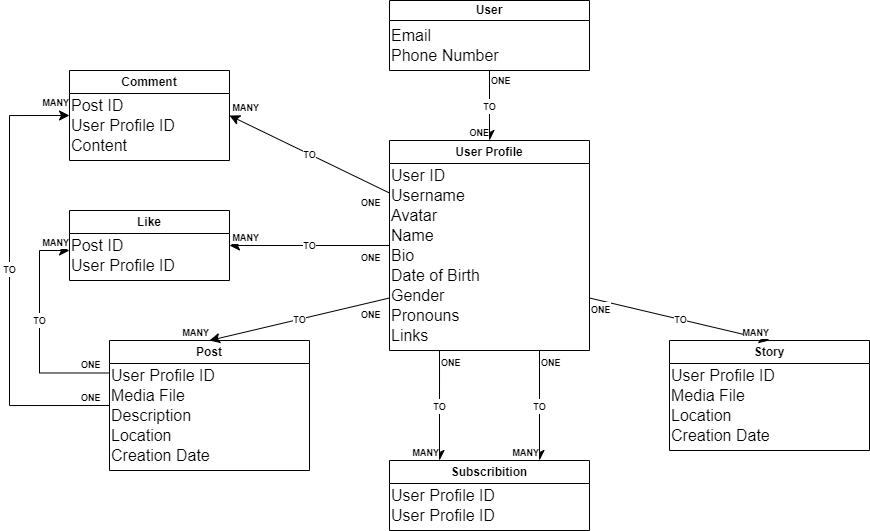
Before: docs/db_schema.drawio.png, a diagram exported from draw.io (ks-77/sociality). Source tidied: cells renumbered, new cells last; positions are measured from the earlier drawing's top-left corner, leaving out a move shared by most shapes.
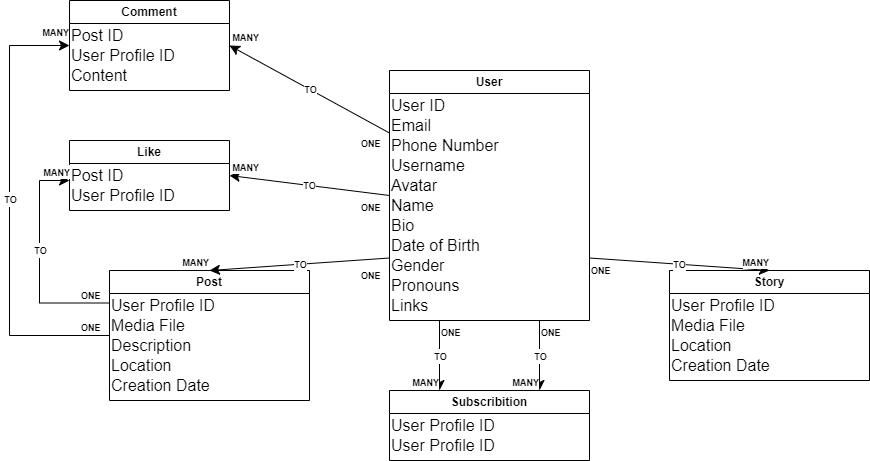
After the change.

Change to the diagram source:
```diff
@@ -35,44 +35,41 @@
     <mxCell id="12" value="User Profile ID" style="text;html=1;align=left;verticalAlign=middle;strokeColor=none;fillColor=none;fontSize=16;" parent="7" vertex="1">
       <mxGeometry y="20" width="130" height="30" as="geometry" />
     </mxCell>
-    <mxCell id="13" value="User Profile" style="swimlane;whiteSpace=wrap;html=1;" parent="1" vertex="1">
-      <mxGeometry x="380" y="140" width="200" height="210" as="geometry" />
+    <mxCell id="13" value="User" style="swimlane;whiteSpace=wrap;html=1;" parent="1" vertex="1">
+      <mxGeometry x="380" y="140" width="200" height="250" as="geometry" />
     </mxCell>
     <mxCell id="14" value="Avatar" style="text;html=1;align=left;verticalAlign=middle;strokeColor=none;fillColor=none;fontSize=16;" parent="13" vertex="1">
-      <mxGeometry y="60" width="70" height="30" as="geometry" />
+      <mxGeometry y="100" width="70" height="30" as="geometry" />
     </mxCell>
     <mxCell id="15" value="Name" style="text;html=1;align=left;verticalAlign=middle;strokeColor=none;fillColor=none;fontSize=16;" parent="13" vertex="1">
-      <mxGeometry y="80" width="70" height="30" as="geometry" />
+      <mxGeometry y="120" width="70" height="30" as="geometry" />
     </mxCell>
     <mxCell id="16" value="Bio" style="text;html=1;align=left;verticalAlign=middle;strokeColor=none;fillColor=none;fontSize=16;" parent="13" vertex="1">
-      <mxGeometry y="100" width="50" height="30" as="geometry" />
+      <mxGeometry y="140" width="50" height="30" as="geometry" />
     </mxCell>
     <mxCell id="17" value="Gender" style="text;html=1;align=left;verticalAlign=middle;strokeColor=none;fillColor=none;fontSize=16;" parent="13" vertex="1">
-      <mxGeometry y="140" width="80" height="30" as="geometry" />
+      <mxGeometry y="180" width="80" height="30" as="geometry" />
     </mxCell>
     <mxCell id="18" value="Pronouns" style="text;html=1;align=left;verticalAlign=middle;strokeColor=none;fillColor=none;fontSize=16;" parent="13" vertex="1">
-      <mxGeometry y="160" width="90" height="30" as="geometry" />
+      <mxGeometry y="200" width="90" height="30" as="geometry" />
     </mxCell>
     <mxCell id="19" value="Links" style="text;html=1;align=left;verticalAlign=middle;strokeColor=none;fillColor=none;fontSize=16;" parent="13" vertex="1">
-      <mxGeometry y="180" width="60" height="30" as="geometry" />
+      <mxGeometry y="220" width="60" height="30" as="geometry" />
     </mxCell>
     <mxCell id="20" value="Date of Birth" style="text;html=1;align=left;verticalAlign=middle;strokeColor=none;fillColor=none;fontSize=16;" parent="13" vertex="1">
-      <mxGeometry y="120" width="110" height="30" as="geometry" />
+      <mxGeometry y="160" width="110" height="30" as="geometry" />
     </mxCell>
     <mxCell id="21" value="Username" style="text;html=1;align=left;verticalAlign=middle;strokeColor=none;fillColor=none;fontSize=16;" parent="13" vertex="1">
-      <mxGeometry y="40" width="100" height="30" as="geometry" />
+      <mxGeometry y="80" width="100" height="30" as="geometry" />
     </mxCell>
     <mxCell id="22" value="User ID" style="text;html=1;align=left;verticalAlign=middle;strokeColor=none;fillColor=none;fontSize=16;" parent="13" vertex="1">
       <mxGeometry y="20" width="80" height="30" as="geometry" />
     </mxCell>
-    <mxCell id="23" value="User" style="swimlane;whiteSpace=wrap;html=1;startSize=20;" parent="1" vertex="1">
-      <mxGeometry x="380" width="200" height="70" as="geometry" />
-    </mxCell>
-    <mxCell id="24" value="Email" style="text;html=1;align=left;verticalAlign=middle;strokeColor=none;fillColor=none;fontSize=16;" parent="23" vertex="1">
-      <mxGeometry y="20" width="60" height="30" as="geometry" />
+    <mxCell id="24" value="Email" style="text;html=1;align=left;verticalAlign=middle;strokeColor=none;fillColor=none;fontSize=16;" parent="13" vertex="1">
+      <mxGeometry y="40" width="60" height="30" as="geometry" />
     </mxCell>
-    <mxCell id="25" value="Phone Number" style="text;html=1;align=left;verticalAlign=middle;strokeColor=none;fillColor=none;fontSize=16;" parent="23" vertex="1">
-      <mxGeometry y="40" width="130" height="30" as="geometry" />
+    <mxCell id="25" value="Phone Number" style="text;html=1;align=left;verticalAlign=middle;strokeColor=none;fillColor=none;fontSize=16;" parent="13" vertex="1">
+      <mxGeometry y="60" width="130" height="30" as="geometry" />
     </mxCell>
     <mxCell id="26" value="Subscribition" style="swimlane;whiteSpace=wrap;html=1;" parent="1" vertex="1">
       <mxGeometry x="380" y="460" width="200" height="70" as="geometry" />
@@ -104,10 +101,8 @@
     <mxCell id="35" value="User Profile ID" style="text;html=1;align=left;verticalAlign=middle;strokeColor=none;fillColor=none;fontSize=16;" parent="32" vertex="1">
       <mxGeometry y="40" width="130" height="30" as="geometry" />
     </mxCell>
-    <mxCell id="36" style="endArrow=classic;html=1;rounded=0;fontSize=12;startSize=8;endSize=8;curved=1;exitX=0.667;exitY=1;exitDx=0;exitDy=0;exitPerimeter=0;entryX=0.25;entryY=0;entryDx=0;entryDy=0;" parent="1" edge="1" target="26">
-      <mxGeometry relative="1" as="geometry">
-        <mxPoint x="430" y="350" as="sourcePoint" />
-      </mxGeometry>
+    <mxCell id="36" style="endArrow=classic;html=1;rounded=0;fontSize=12;startSize=8;endSize=8;curved=1;exitX=0.25;exitY=1;exitDx=0;exitDy=0;entryX=0.25;entryY=0;entryDx=0;entryDy=0;" parent="1" edge="1" source="13" target="26">
+      <mxGeometry relative="1" as="geometry" />
     </mxCell>
     <mxCell id="37" value="&lt;font style=&quot;font-size: 9px;&quot;&gt;&lt;b&gt;TO&lt;/b&gt;&lt;/font&gt;" style="edgeLabel;html=1;fontSize=12;align=center;verticalAlign=middle;" parent="36" vertex="1">
       <mxGeometry relative="1" as="geometry" />
@@ -134,20 +129,6 @@
     <mxCell id="43" value="&lt;font style=&quot;font-size: 9px;&quot;&gt;&lt;b&gt;MANY&lt;/b&gt;&lt;/font&gt;" style="edgeLabel;html=1;fontSize=12;align=right;verticalAlign=bottom;" parent="40" vertex="1">
       <mxGeometry x="1" relative="1" as="geometry" />
     </mxCell>
-    <mxCell id="44" style="endArrow=classic;html=1;rounded=0;fontSize=12;startSize=8;endSize=8;curved=1;entryX=0.5;entryY=0;entryDx=0;entryDy=0;exitX=0.5;exitY=1;exitDx=0;exitDy=0;" parent="1" edge="1" source="23" target="13">
-      <mxGeometry relative="1" as="geometry" />
-    </mxCell>
-    <mxCell id="45" value="&lt;font style=&quot;font-size: 9px;&quot;&gt;&lt;b&gt;TO&lt;/b&gt;&lt;/font&gt;" style="edgeLabel;html=1;fontSize=12;align=center;verticalAlign=middle;" parent="44" vertex="1">
-      <mxGeometry relative="1" as="geometry" />
-    </mxCell>
-    <mxCell id="46" value="&lt;font size=&quot;1&quot; style=&quot;&quot;&gt;&lt;b style=&quot;font-size: 9px;&quot;&gt;ONE&lt;/b&gt;&lt;/font&gt;" style="edgeLabel;html=1;fontSize=12;align=left;verticalAlign=bottom;" parent="44" vertex="1">
-      <mxGeometry x="-1" relative="1" as="geometry">
-        <mxPoint y="18" as="offset" />
-      </mxGeometry>
-    </mxCell>
-    <mxCell id="47" value="&lt;font style=&quot;font-size: 9px;&quot;&gt;&lt;b&gt;ONE&lt;/b&gt;&lt;/font&gt;" style="edgeLabel;html=1;fontSize=12;align=right;verticalAlign=bottom;" parent="44" vertex="1">
-      <mxGeometry x="1" relative="1" as="geometry" />
-    </mxCell>
     <mxCell id="48" style="endArrow=classic;html=1;rounded=0;fontSize=12;startSize=8;endSize=8;curved=1;exitX=1;exitY=0.75;exitDx=0;exitDy=0;entryX=0.5;entryY=0;entryDx=0;entryDy=0;" parent="1" edge="1" source="13" target="2">
       <mxGeometry relative="1" as="geometry" />
     </mxCell>
```
